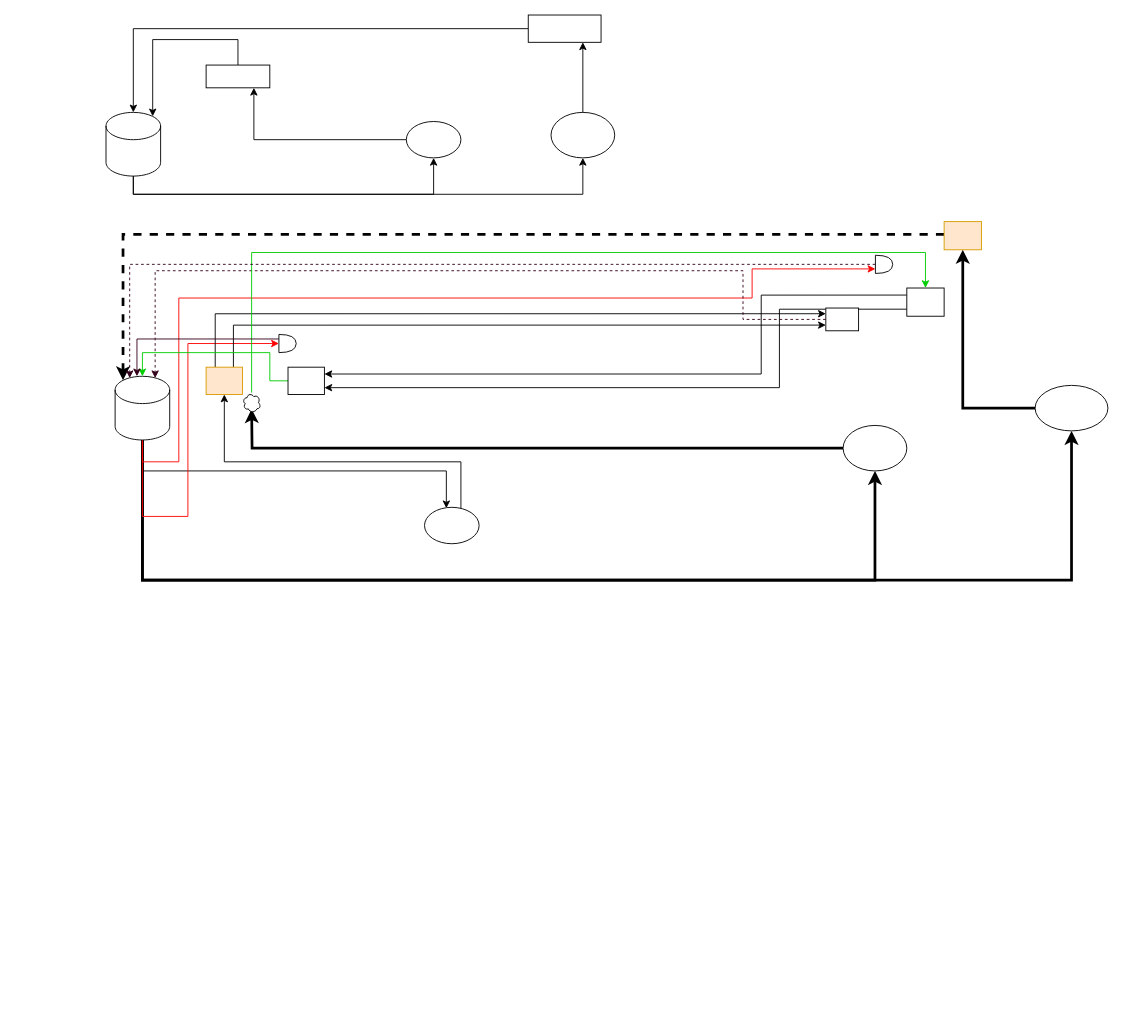
clearriver/draw keeps this draw.io diagram as Untitled Diagram.drawio. Above is the earlier version. Source tidied: cells renumbered, new cells numbered last; positions are measured from the earlier drawing's top-left corner, leaving out a move shared by most shapes. Both pictures are drawn from the tidied source at 91%, with x=0, y=0 at pixel (106, 15).
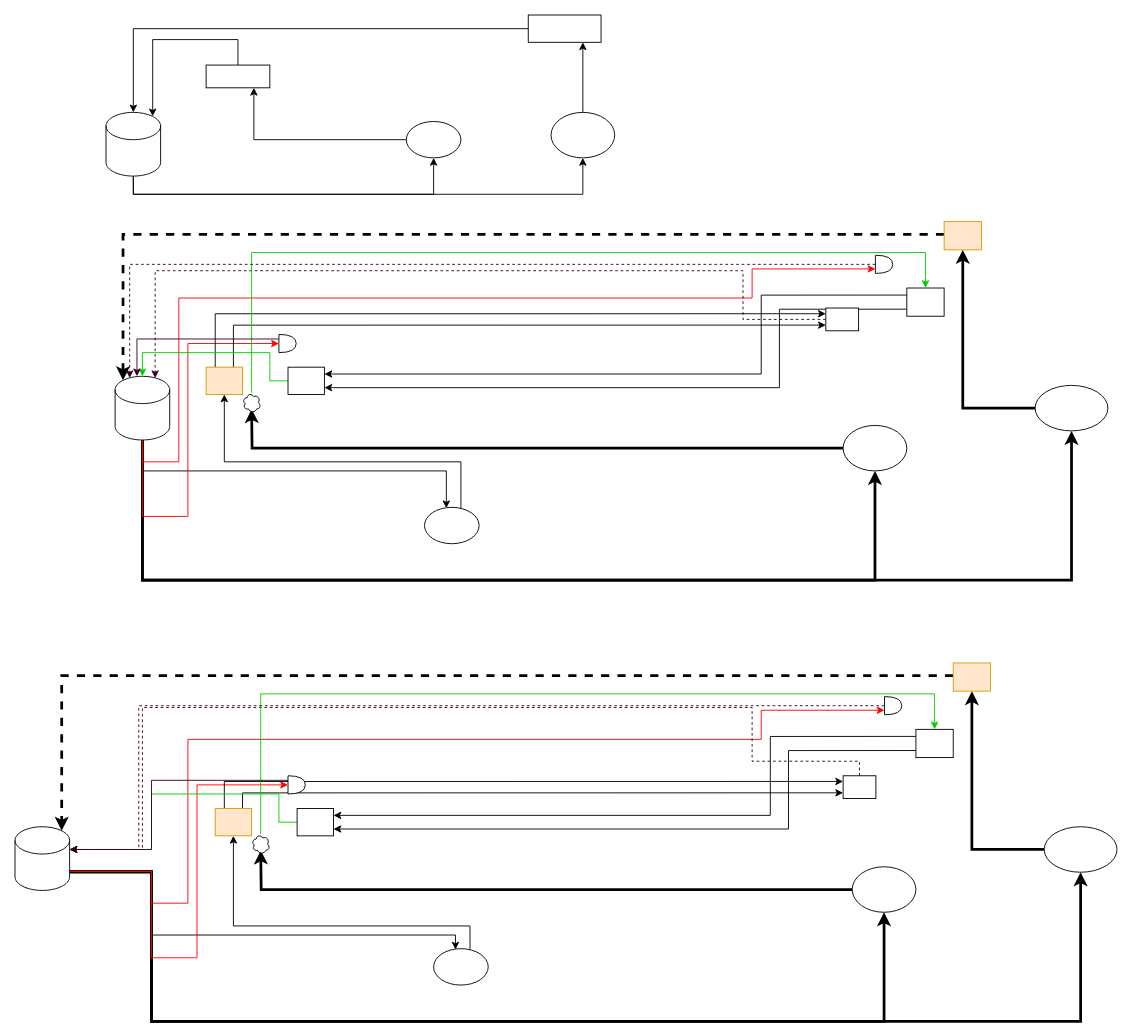
The same diagram, later.

The edit, as a diff of the source:
```diff
@@
+    <mxCell id="43" style="edgeStyle=orthogonalEdgeStyle;rounded=0;jettySize=auto;html=1;entryX=0.4;entryY=0.025;entryDx=0;entryDy=0;entryPerimeter=0;" parent="1" edge="1" source="48" target="50">
+      <mxGeometry relative="1" as="geometry">
+        <Array as="points">
+          <mxPoint x="50" y="941" />
+          <mxPoint x="50" y="1011" />
+          <mxPoint x="384" y="1011" />
+        </Array>
+      </mxGeometry>
+    </mxCell>
+    <mxCell id="44" style="edgeStyle=orthogonalEdgeStyle;rounded=0;jettySize=auto;html=1;entryX=0.5;entryY=1;entryDx=0;entryDy=0;strokeWidth=3;" parent="1" edge="1" source="48" target="52">
+      <mxGeometry relative="1" as="geometry">
+        <Array as="points">
+          <mxPoint x="50" y="941" />
+          <mxPoint x="50" y="1106" />
+          <mxPoint x="855" y="1106" />
+        </Array>
+      </mxGeometry>
+    </mxCell>
+    <mxCell id="45" style="edgeStyle=orthogonalEdgeStyle;rounded=0;jettySize=auto;html=1;entryX=0.5;entryY=1;entryDx=0;entryDy=0;strokeWidth=3;" parent="1" edge="1" source="48" target="60">
+      <mxGeometry relative="1" as="geometry">
+        <Array as="points">
+          <mxPoint x="50" y="942" />
+          <mxPoint x="50" y="1106" />
+          <mxPoint x="1071" y="1106" />
+        </Array>
+      </mxGeometry>
+    </mxCell>
+    <mxCell id="46" style="edgeStyle=orthogonalEdgeStyle;rounded=0;jettySize=auto;html=1;entryX=0;entryY=0.5;entryDx=0;entryDy=0;entryPerimeter=0;strokeWidth=1;strokeColor=#FF0000;" parent="1" edge="1" source="48" target="72">
+      <mxGeometry relative="1" as="geometry">
+        <Array as="points">
+          <mxPoint x="50" y="941" />
+          <mxPoint x="50" y="1036" />
+          <mxPoint x="100" y="1036" />
+          <mxPoint x="100" y="846" />
+        </Array>
+      </mxGeometry>
+    </mxCell>
+    <mxCell id="47" style="edgeStyle=orthogonalEdgeStyle;rounded=0;jettySize=auto;html=1;entryX=0;entryY=0.75;entryDx=0;entryDy=0;entryPerimeter=0;startSize=6;endSize=6;strokeColor=#FF0000;strokeWidth=1;" parent="1" edge="1" source="48" target="70">
+      <mxGeometry relative="1" as="geometry">
+        <Array as="points">
+          <mxPoint x="50" y="941" />
+          <mxPoint x="50" y="976" />
+          <mxPoint x="90" y="976" />
+          <mxPoint x="90" y="796" />
+          <mxPoint x="720" y="796" />
+          <mxPoint x="720" y="764" />
+        </Array>
+      </mxGeometry>
+    </mxCell>
+    <mxCell id="48" style="shape=cylinder3;whiteSpace=wrap;html=1;boundedLbl=1;backgroundOutline=1;size=15;" parent="1" vertex="1">
+      <mxGeometry x="-100" y="892" width="60" height="70" as="geometry" />
+    </mxCell>
+    <mxCell id="49" style="edgeStyle=orthogonalEdgeStyle;rounded=0;jettySize=auto;html=1;entryX=0.5;entryY=1;entryDx=0;entryDy=0;exitX=0.667;exitY=0.025;exitDx=0;exitDy=0;exitPerimeter=0;" parent="1" edge="1" source="50" target="55">
+      <mxGeometry relative="1" as="geometry">
+        <Array as="points">
+          <mxPoint x="400" y="1001" />
+          <mxPoint x="140" y="1001" />
+        </Array>
+      </mxGeometry>
+    </mxCell>
+    <mxCell id="50" style="ellipse;whiteSpace=wrap;html=1;" parent="1" vertex="1">
+      <mxGeometry x="360" y="1026" width="60" height="40" as="geometry" />
+    </mxCell>
+    <mxCell id="51" style="edgeStyle=orthogonalEdgeStyle;rounded=0;jettySize=auto;html=1;strokeWidth=3;" parent="1" edge="1" source="52">
+      <mxGeometry relative="1" as="geometry">
+        <mxPoint x="170" y="918" as="targetPoint" />
+      </mxGeometry>
+    </mxCell>
+    <mxCell id="52" style="ellipse;whiteSpace=wrap;html=1;" parent="1" vertex="1">
+      <mxGeometry x="820" y="936" width="70" height="50" as="geometry" />
+    </mxCell>
+    <mxCell id="53" style="edgeStyle=orthogonalEdgeStyle;rounded=0;jettySize=auto;html=1;exitX=0.75;exitY=0;exitDx=0;exitDy=0;entryX=0;entryY=0.75;entryDx=0;entryDy=0;" parent="1" edge="1" source="55" target="64">
+      <mxGeometry relative="1" as="geometry">
+        <Array as="points">
+          <mxPoint x="150" y="855" />
+        </Array>
+      </mxGeometry>
+    </mxCell>
+    <mxCell id="54" style="edgeStyle=orthogonalEdgeStyle;rounded=0;jettySize=auto;html=1;exitX=0.25;exitY=0;exitDx=0;exitDy=0;entryX=0;entryY=0.25;entryDx=0;entryDy=0;" parent="1" edge="1" source="55" target="64">
+      <mxGeometry relative="1" as="geometry" />
+    </mxCell>
+    <mxCell id="55" style="rounded=0;whiteSpace=wrap;html=1;fillColor=#ffe6cc;strokeColor=#d79b00;" parent="1" vertex="1">
+      <mxGeometry x="120" y="872" width="40" height="30" as="geometry" />
+    </mxCell>
+    <mxCell id="56" style="edgeStyle=orthogonalEdgeStyle;rounded=0;jettySize=auto;html=1;exitX=0;exitY=0.25;exitDx=0;exitDy=0;entryX=1;entryY=0.25;entryDx=0;entryDy=0;" parent="1" edge="1" source="58" target="66">
+      <mxGeometry relative="1" as="geometry">
+        <Array as="points">
+          <mxPoint x="730" y="793" />
+          <mxPoint x="730" y="880" />
+        </Array>
+      </mxGeometry>
+    </mxCell>
+    <mxCell id="57" style="edgeStyle=orthogonalEdgeStyle;rounded=0;jettySize=auto;html=1;exitX=0;exitY=0.75;exitDx=0;exitDy=0;entryX=1;entryY=0.75;entryDx=0;entryDy=0;" parent="1" edge="1" source="58" target="66">
+      <mxGeometry relative="1" as="geometry">
+        <Array as="points">
+          <mxPoint x="750" y="808" />
+          <mxPoint x="750" y="895" />
+        </Array>
+      </mxGeometry>
+    </mxCell>
+    <mxCell id="58" style="rounded=0;whiteSpace=wrap;html=1;" parent="1" vertex="1">
+      <mxGeometry x="890" y="785" width="41" height="31" as="geometry" />
+    </mxCell>
+    <mxCell id="59" style="edgeStyle=orthogonalEdgeStyle;rounded=0;jettySize=auto;html=1;entryX=0.5;entryY=1;entryDx=0;entryDy=0;strokeWidth=3;" parent="1" edge="1" source="60" target="62">
+      <mxGeometry relative="1" as="geometry" />
+    </mxCell>
+    <mxCell id="60" style="ellipse;whiteSpace=wrap;html=1;" parent="1" vertex="1">
+      <mxGeometry x="1031" y="892" width="80" height="50" as="geometry" />
+    </mxCell>
+    <mxCell id="61" style="edgeStyle=orthogonalEdgeStyle;rounded=0;jettySize=auto;html=1;entryX=0.855;entryY=0;entryDx=0;entryDy=4.35;entryPerimeter=0;strokeWidth=3;dashed=1;" parent="1" edge="1" source="62" target="48">
+      <mxGeometry relative="1" as="geometry">
+        <Array as="points">
+          <mxPoint x="-49" y="726" />
+        </Array>
+      </mxGeometry>
+    </mxCell>
+    <mxCell id="62" style="rounded=0;whiteSpace=wrap;html=1;fillColor=#ffe6cc;strokeColor=#d79b00;" parent="1" vertex="1">
+      <mxGeometry x="931" y="712" width="41" height="31" as="geometry" />
+    </mxCell>
+    <mxCell id="63" style="edgeStyle=orthogonalEdgeStyle;rounded=0;jettySize=auto;html=1;startSize=6;endSize=6;strokeColor=#33001A;strokeWidth=1;entryX=1;entryY=0;entryDx=0;entryDy=25;entryPerimeter=0;dashed=1;" parent="1" edge="1" source="64" target="48">
+      <mxGeometry relative="1" as="geometry">
+        <Array as="points">
+          <mxPoint x="828" y="820" />
+          <mxPoint x="710" y="820" />
+          <mxPoint x="710" y="761" />
+          <mxPoint x="40" y="761" />
+          <mxPoint x="40" y="917" />
+        </Array>
+      </mxGeometry>
+    </mxCell>
+    <mxCell id="64" style="rounded=0;whiteSpace=wrap;html=1;" parent="1" vertex="1">
+      <mxGeometry x="810" y="836" width="36" height="25" as="geometry" />
+    </mxCell>
+    <mxCell id="65" style="edgeStyle=orthogonalEdgeStyle;rounded=0;jettySize=auto;html=1;entryX=1;entryY=0;entryDx=0;entryDy=25;entryPerimeter=0;fillColor=#f8cecc;exitX=0;exitY=0.5;exitDx=0;exitDy=0;strokeColor=#00CC00;" parent="1" edge="1" source="66" target="48">
+      <mxGeometry relative="1" as="geometry">
+        <Array as="points">
+          <mxPoint x="190" y="887" />
+          <mxPoint x="190" y="856" />
+          <mxPoint x="50" y="856" />
+          <mxPoint x="50" y="917" />
+        </Array>
+      </mxGeometry>
+    </mxCell>
+    <mxCell id="66" style="rounded=0;whiteSpace=wrap;html=1;" parent="1" vertex="1">
+      <mxGeometry x="210" y="872" width="40" height="30" as="geometry" />
+    </mxCell>
+    <mxCell id="67" style="edgeStyle=orthogonalEdgeStyle;rounded=0;jettySize=auto;html=1;entryX=0.5;entryY=0;entryDx=0;entryDy=0;strokeColor=#00CC00;" parent="1" edge="1" source="68" target="58">
+      <mxGeometry relative="1" as="geometry">
+        <Array as="points">
+          <mxPoint x="170" y="746" />
+          <mxPoint x="911" y="746" />
+        </Array>
+      </mxGeometry>
+    </mxCell>
+    <mxCell id="68" style="ellipse;shape=cloud;whiteSpace=wrap;html=1;" parent="1" vertex="1">
+      <mxGeometry x="160" y="900" width="20" height="22" as="geometry" />
+    </mxCell>
+    <mxCell id="69" style="edgeStyle=orthogonalEdgeStyle;rounded=0;jettySize=auto;html=1;entryX=1;entryY=0;entryDx=0;entryDy=25;entryPerimeter=0;startSize=6;endSize=6;strokeWidth=1;strokeColor=#33001A;dashed=1;" parent="1" edge="1" source="70" target="48">
+      <mxGeometry relative="1" as="geometry">
+        <Array as="points">
+          <mxPoint x="36" y="759" />
+          <mxPoint x="36" y="917" />
+        </Array>
+      </mxGeometry>
+    </mxCell>
+    <mxCell id="70" style="shape=or;whiteSpace=wrap;html=1;" parent="1" vertex="1">
+      <mxGeometry x="855.5" y="749" width="19" height="20" as="geometry" />
+    </mxCell>
+    <mxCell id="71" style="edgeStyle=orthogonalEdgeStyle;rounded=0;jettySize=auto;html=1;entryX=1;entryY=0;entryDx=0;entryDy=25;entryPerimeter=0;strokeWidth=1;exitX=0;exitY=0.25;exitDx=0;exitDy=0;exitPerimeter=0;strokeColor=#33001A;endSize=6;startSize=6;" parent="1" edge="1" source="72" target="48">
+      <mxGeometry relative="1" as="geometry">
+        <Array as="points">
+          <mxPoint x="50" y="841" />
+          <mxPoint x="50" y="917" />
+        </Array>
+      </mxGeometry>
+    </mxCell>
+    <mxCell id="72" style="shape=or;whiteSpace=wrap;html=1;" parent="1" vertex="1">
+      <mxGeometry x="200" y="836" width="19" height="20" as="geometry" />
+    </mxCell>
```
